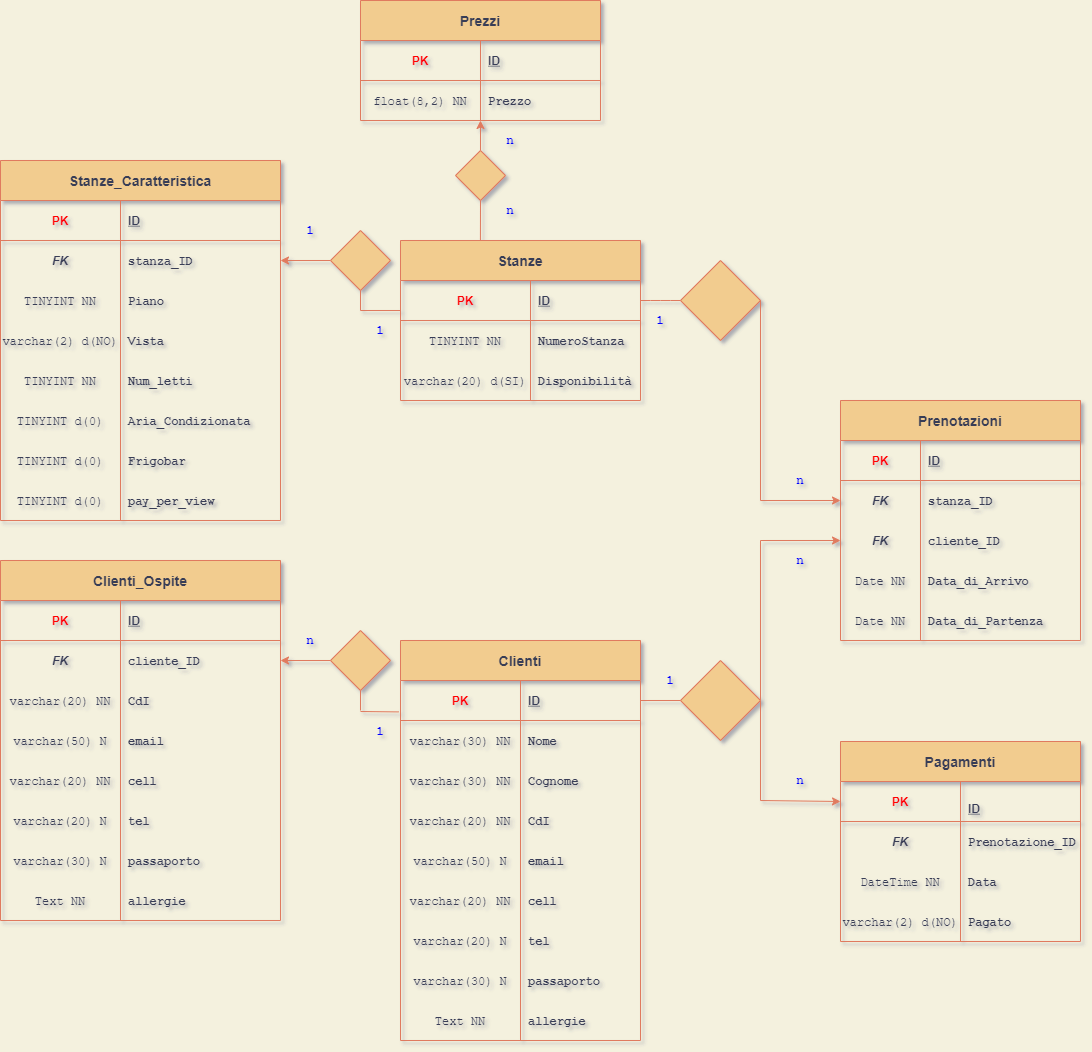
This is DB-hotel.png from a-benvenuti/db-hotel, a draw.io export, as it was before one commit. Source tidied: cells renumbered, new cells last; positions are measured from the earlier drawing's top-left corner, leaving out a move shared by most shapes.
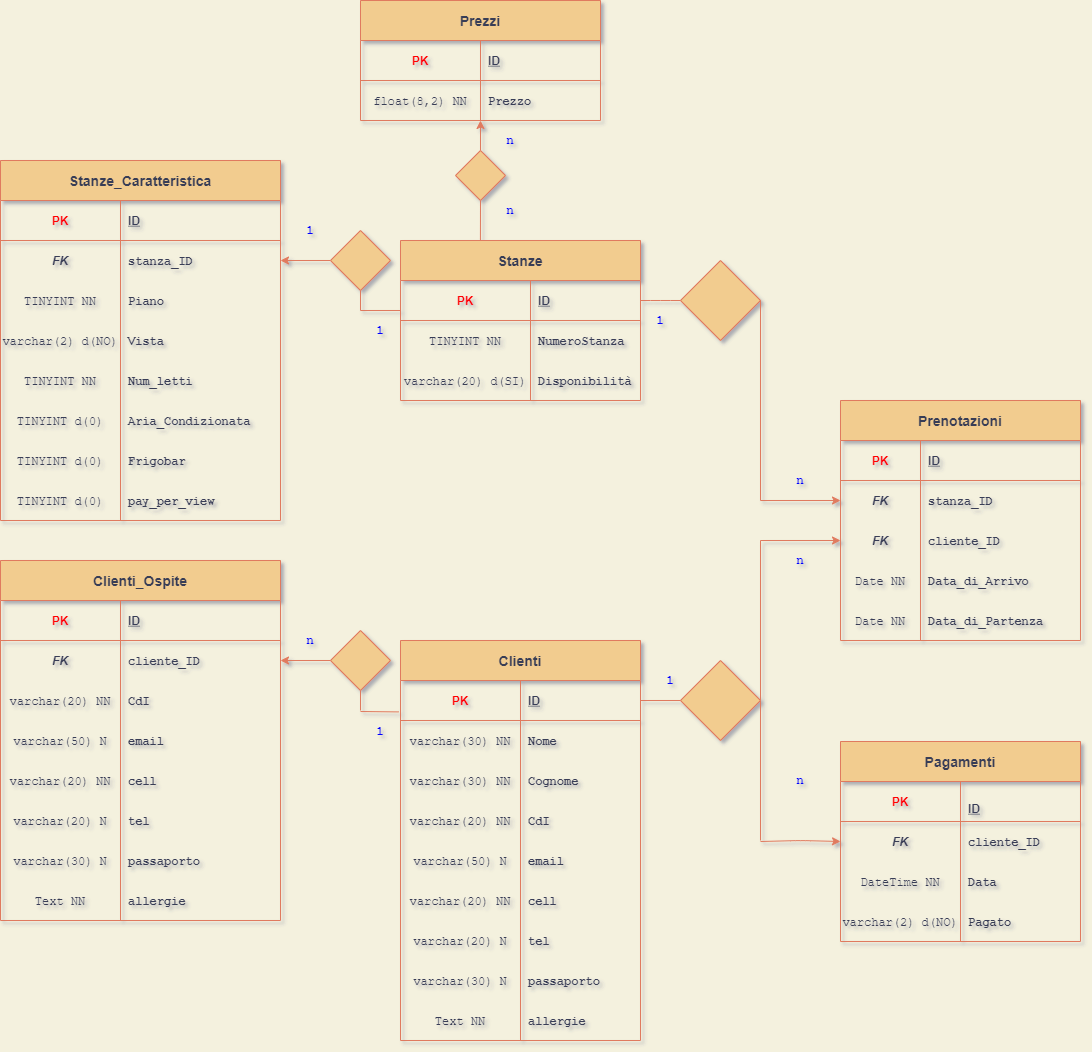
After the commit.

Commit message:
aggiunta modifica su pagaenti

The edit, as a diff of the source:
```diff
@@ -332,7 +332,7 @@
     <mxCell id="111" value="FK" style="shape=partialRectangle;fillColor=none;top=0;left=0;bottom=0;right=0;fontStyle=3;overflow=hidden;strokeColor=#E07A5F;fontColor=#393C56;" parent="110" vertex="1">
       <mxGeometry width="120" height="40" as="geometry" />
     </mxCell>
-    <mxCell id="112" value="Prenotazione_ID" style="shape=partialRectangle;fillColor=none;top=0;left=0;bottom=0;right=0;align=left;spacingLeft=6;fontStyle=1;overflow=hidden;fontFamily=Courier New;strokeColor=#E07A5F;fontColor=#393C56;" parent="110" vertex="1">
+    <mxCell id="112" value="cliente_ID" style="shape=partialRectangle;fillColor=none;top=0;left=0;bottom=0;right=0;align=left;spacingLeft=6;fontStyle=1;overflow=hidden;fontFamily=Courier New;strokeColor=#E07A5F;fontColor=#393C56;" parent="110" vertex="1">
       <mxGeometry x="120" width="120" height="40" as="geometry" />
     </mxCell>
     <mxCell id="113" style="shape=partialRectangle;fillColor=none;top=0;left=0;bottom=0;right=0;strokeColor=#E07A5F;fontColor=#393C56;" parent="106" vertex="1">
@@ -493,12 +493,15 @@
     </mxCell>
     <mxCell id="155" style="endArrow=none;html=1;strokeColor=#E07A5F;fillColor=#F2CC8F;fontFamily=Courier New;fontColor=#0000FF;exitX=1;exitY=0.5;exitDx=0;exitDy=0;" parent="1" edge="1" source="144">
       <mxGeometry relative="1" as="geometry">
-        <mxPoint x="760" y="800" as="targetPoint" />
+        <mxPoint x="760" y="840" as="targetPoint" />
       </mxGeometry>
     </mxCell>
-    <mxCell id="156" style="endArrow=classic;html=1;strokeColor=#E07A5F;fillColor=#F2CC8F;fontFamily=Courier New;fontColor=#0000FF;entryX=0;entryY=0.5;entryDx=0;entryDy=0;" parent="1" edge="1" target="107">
+    <mxCell id="156" style="endArrow=classic;html=1;strokeColor=#E07A5F;fillColor=#F2CC8F;fontFamily=Courier New;fontColor=#0000FF;entryX=0;entryY=0.5;entryDx=0;entryDy=0;" parent="1" edge="1" target="110">
       <mxGeometry relative="1" as="geometry">
-        <mxPoint x="760" y="800" as="sourcePoint" />
+        <mxPoint x="760" y="841" as="sourcePoint" />
+        <Array as="points">
+          <mxPoint x="800" y="840" />
+        </Array>
       </mxGeometry>
     </mxCell>
     <mxCell id="157" value="n" style="text;html=1;strokeColor=none;fillColor=none;align=center;verticalAlign=middle;whiteSpace=wrap;rounded=0;sketch=0;fontFamily=Courier New;fontColor=#0000FF;fontStyle=1;" parent="1" vertex="1">
```
